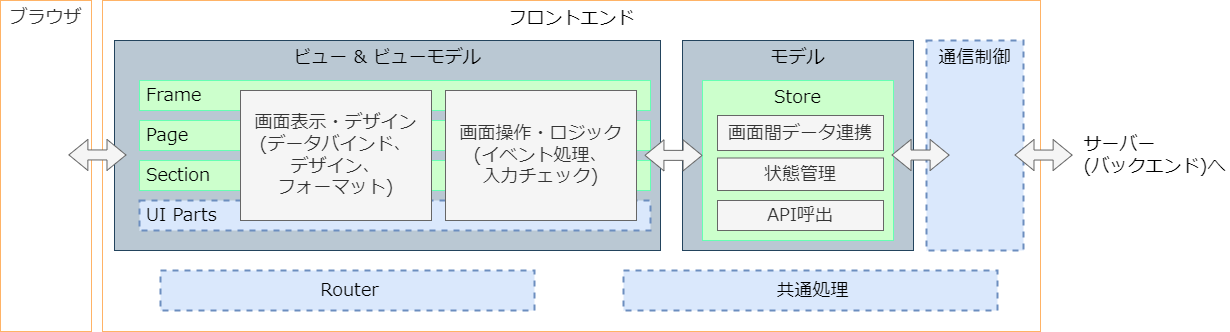
Before: documents/contents/images/app-architecture/client-side-rendering/frontend-architecture.png, a diagram exported from draw.io (AlesInfiny/maris). Source tidied: cells renumbered, new cells last; positions are measured from the earlier drawing's top-left corner, leaving out a move shared by most shapes.
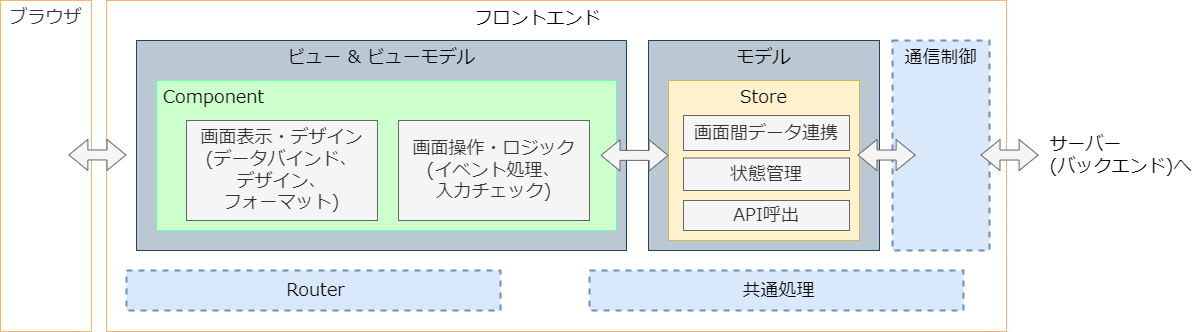
Later version of the same file.

Commit message:
MVVMのコンポーネント図とそれに伴う説明の修正

What changed in the source:
```diff
@@ -3,10 +3,10 @@
     <mxCell id="0" />
     <mxCell id="1" parent="0" />
     <mxCell id="2" style="rounded=0;whiteSpace=wrap;html=1;fontColor=#333333;fillColor=#FFFFFF;strokeColor=#FFB366;fontFamily=Noto Sans JP;fontSource=https%3A%2F%2Ffonts.googleapis.com%2Fcss%3Ffamily%3DNoto%2BSans%2BJP;" parent="1" vertex="1">
-      <mxGeometry x="102" width="938" height="331" as="geometry" />
+      <mxGeometry x="140" width="900" height="331" as="geometry" />
     </mxCell>
     <mxCell id="3" value="ビュー &amp;amp; ビューモデル" style="rounded=0;whiteSpace=wrap;html=1;verticalAlign=top;fillColor=#bac8d3;strokeColor=#23445d;fontColor=#000000;fontFamily=Noto Sans JP;fontSource=https%3A%2F%2Ffonts.googleapis.com%2Fcss%3Ffamily%3DNoto%2BSans%2BJP;fontSize=18;" parent="1" vertex="1">
-      <mxGeometry x="114" y="40" width="546" height="210" as="geometry" />
+      <mxGeometry x="170" y="40" width="490" height="210" as="geometry" />
     </mxCell>
     <mxCell id="4" value="モデル" style="rounded=0;whiteSpace=wrap;html=1;verticalAlign=top;fillColor=#bac8d3;strokeColor=#23445d;fontColor=#000000;fontFamily=Noto Sans JP;fontSource=https%3A%2F%2Ffonts.googleapis.com%2Fcss%3Ffamily%3DNoto%2BSans%2BJP;fontSize=18;" parent="1" vertex="1">
       <mxGeometry x="682" y="40" width="231" height="210" as="geometry" />
@@ -14,25 +14,16 @@
     <mxCell id="5" value="フロントエンド" style="text;html=1;strokeColor=none;fillColor=none;align=center;verticalAlign=middle;whiteSpace=wrap;rounded=0;fontFamily=Noto Sans JP;fontSource=https%3A%2F%2Ffonts.googleapis.com%2Fcss%3Ffamily%3DNoto%2BSans%2BJP;fontSize=18;" parent="1" vertex="1">
       <mxGeometry x="503.8" y="3" width="134.5" height="30" as="geometry" />
     </mxCell>
-    <mxCell id="6" value="Frame" style="rounded=0;whiteSpace=wrap;html=1;align=left;spacingLeft=5;fillColor=#CCFFCC;fontColor=#000000;strokeColor=#66FFB3;fontFamily=Noto Sans JP;fontSource=https%3A%2F%2Ffonts.googleapis.com%2Fcss%3Ffamily%3DNoto%2BSans%2BJP;fontSize=18;" parent="1" vertex="1">
-      <mxGeometry x="139" y="80" width="511" height="30" as="geometry" />
+    <mxCell id="6" value="Component" style="rounded=0;whiteSpace=wrap;html=1;align=left;spacingLeft=5;fillColor=#CCFFCC;fontColor=#000000;strokeColor=#66FFB3;fontFamily=Noto Sans JP;fontSource=https%3A%2F%2Ffonts.googleapis.com%2Fcss%3Ffamily%3DNoto%2BSans%2BJP;fontSize=18;verticalAlign=top;" parent="1" vertex="1">
+      <mxGeometry x="190" y="80" width="460" height="150" as="geometry" />
     </mxCell>
-    <mxCell id="7" value="Page" style="rounded=0;whiteSpace=wrap;html=1;align=left;spacingLeft=5;fillColor=#CCFFCC;fontColor=#000000;strokeColor=#66FFB3;fontFamily=Noto Sans JP;fontSource=https%3A%2F%2Ffonts.googleapis.com%2Fcss%3Ffamily%3DNoto%2BSans%2BJP;fontSize=18;" parent="1" vertex="1">
-      <mxGeometry x="139" y="120" width="511" height="30" as="geometry" />
-    </mxCell>
-    <mxCell id="8" value="&lt;span style=&quot;font-size: 18px&quot;&gt;Section&lt;/span&gt;" style="rounded=0;whiteSpace=wrap;html=1;align=left;spacingLeft=5;fillColor=#CCFFCC;fontColor=#000000;strokeColor=#66FFB3;fontFamily=Noto Sans JP;fontSource=https%3A%2F%2Ffonts.googleapis.com%2Fcss%3Ffamily%3DNoto%2BSans%2BJP;" parent="1" vertex="1">
-      <mxGeometry x="139" y="160" width="511" height="30" as="geometry" />
-    </mxCell>
-    <mxCell id="9" value="UI Parts" style="rounded=0;whiteSpace=wrap;html=1;align=left;spacingLeft=5;fillColor=#dae8fc;strokeColor=#6c8ebf;fontColor=#000000;dashed=1;strokeWidth=2;fontFamily=Noto Sans JP;fontSource=https%3A%2F%2Ffonts.googleapis.com%2Fcss%3Ffamily%3DNoto%2BSans%2BJP;fontSize=18;" parent="1" vertex="1">
-      <mxGeometry x="139" y="200" width="511" height="30" as="geometry" />
-    </mxCell>
     <mxCell id="10" value="画面表示・デザイン&lt;br style=&quot;font-size: 18px&quot;&gt;(データバインド、&lt;br style=&quot;font-size: 18px&quot;&gt;デザイン、&lt;br&gt;フォーマット)" style="rounded=0;whiteSpace=wrap;html=1;fontSize=18;fillColor=#f5f5f5;fontColor=#333333;strokeColor=#666666;fontFamily=Noto Sans JP;fontSource=https%3A%2F%2Ffonts.googleapis.com%2Fcss%3Ffamily%3DNoto%2BSans%2BJP;" parent="1" vertex="1">
-      <mxGeometry x="240" y="90" width="191" height="130" as="geometry" />
+      <mxGeometry x="220" y="120" width="191" height="100" as="geometry" />
     </mxCell>
-    <mxCell id="11" value="画面操作・ロジック&lt;br style=&quot;font-size: 18px&quot;&gt;(イベント処理、&lt;br style=&quot;font-size: 18px&quot;&gt;入力チェック)" style="rounded=0;whiteSpace=wrap;html=1;fontSize=18;fillColor=#f5f5f5;fontColor=#333333;strokeColor=#666666;fontFamily=Noto Sans JP;fontSource=https%3A%2F%2Ffonts.googleapis.com%2Fcss%3Ffamily%3DNoto%2BSans%2BJP;" parent="1" vertex="1">
-      <mxGeometry x="445" y="90" width="191" height="130" as="geometry" />
+    <mxCell id="11" value="画面操作・ロジック&lt;br style=&quot;font-size: 18px&quot;&gt;(イベント処理、&lt;br style=&quot;font-size: 18px&quot;&gt;入力チェック)" style="rounded=0;whiteSpace=wrap;html=1;fontSize=18;fillColor=#f5f5f5;fontColor=#333333;strokeColor=#666666;fontFamily=Noto Sans JP;fontSource=https%3A%2F%2Ffonts.googleapis.com%2Fcss%3Ffamily%3DNoto%2BSans%2BJP;verticalAlign=middle;" parent="1" vertex="1">
+      <mxGeometry x="432" y="120" width="191" height="100" as="geometry" />
     </mxCell>
-    <mxCell id="12" value="Store" style="rounded=0;whiteSpace=wrap;html=1;fontSize=18;verticalAlign=top;fillColor=#CCFFCC;strokeColor=#66FFB3;gradientColor=none;fontColor=#000000;fontFamily=Noto Sans JP;fontSource=https%3A%2F%2Ffonts.googleapis.com%2Fcss%3Ffamily%3DNoto%2BSans%2BJP;" parent="1" vertex="1">
+    <mxCell id="12" value="Store" style="rounded=0;whiteSpace=wrap;html=1;fontSize=18;verticalAlign=top;fillColor=#fff2cc;strokeColor=#d6b656;fontFamily=Noto Sans JP;fontSource=https%3A%2F%2Ffonts.googleapis.com%2Fcss%3Ffamily%3DNoto%2BSans%2BJP;" parent="1" vertex="1">
       <mxGeometry x="702" y="80" width="191" height="160" as="geometry" />
     </mxCell>
     <mxCell id="13" value="画面間データ連携" style="rounded=0;whiteSpace=wrap;html=1;fontSize=18;fillColor=#f5f5f5;strokeColor=#666666;fontColor=#333333;fontFamily=Noto Sans JP;fontSource=https%3A%2F%2Ffonts.googleapis.com%2Fcss%3Ffamily%3DNoto%2BSans%2BJP;" parent="1" vertex="1">
@@ -49,7 +40,7 @@
     </mxCell>
     <mxCell id="17" style="shape=flexArrow;endArrow=classic;startArrow=classic;html=1;fontSize=18;fillColor=#f5f5f5;strokeColor=#666666;fontFamily=Noto Sans JP;fontSource=https%3A%2F%2Ffonts.googleapis.com%2Fcss%3Ffamily%3DNoto%2BSans%2BJP;" parent="1" edge="1">
       <mxGeometry relative="1" as="geometry">
-        <mxPoint x="643.9" y="154.8" as="sourcePoint" />
+        <mxPoint x="634" y="154.8" as="sourcePoint" />
         <mxPoint x="702.1" y="154.9" as="targetPoint" />
       </mxGeometry>
     </mxCell>
@@ -72,12 +63,12 @@
       <mxGeometry x="623" y="270" width="374" height="40" as="geometry" />
     </mxCell>
     <mxCell id="22" value="ブラウザ" style="rounded=0;whiteSpace=wrap;html=1;fontColor=#333333;fillColor=#FFFFFF;strokeColor=#FFB366;verticalAlign=top;fontFamily=Noto Sans JP;fontSource=https%3A%2F%2Ffonts.googleapis.com%2Fcss%3Ffamily%3DNoto%2BSans%2BJP;fontSize=18;" parent="1" vertex="1">
-      <mxGeometry width="91" height="331" as="geometry" />
+      <mxGeometry x="34" width="91" height="331" as="geometry" />
     </mxCell>
     <mxCell id="23" style="shape=flexArrow;endArrow=classic;startArrow=classic;html=1;fontSize=12;fillColor=#f5f5f5;strokeColor=#666666;fontFamily=Noto Sans JP;fontSource=https%3A%2F%2Ffonts.googleapis.com%2Fcss%3Ffamily%3DNoto%2BSans%2BJP;" parent="1" edge="1">
       <mxGeometry relative="1" as="geometry">
-        <mxPoint x="67.9" y="154.4" as="sourcePoint" />
-        <mxPoint x="126" y="154.5" as="targetPoint" />
+        <mxPoint x="101.9" y="154.4" as="sourcePoint" />
+        <mxPoint x="160" y="154.5" as="targetPoint" />
       </mxGeometry>
     </mxCell>
     <mxCell id="24" value="&lt;div style=&quot;text-align: left; font-size: 18px;&quot;&gt;&lt;span style=&quot;font-size: 18px;&quot;&gt;サーバー&lt;/span&gt;&lt;/div&gt;&lt;div style=&quot;text-align: left; font-size: 18px;&quot;&gt;&lt;span style=&quot;font-size: 18px;&quot;&gt;(バックエンド)へ&lt;/span&gt;&lt;/div&gt;" style="text;html=1;strokeColor=none;fillColor=none;align=center;verticalAlign=middle;whiteSpace=wrap;rounded=0;fontFamily=Noto Sans JP;fontSource=https%3A%2F%2Ffonts.googleapis.com%2Fcss%3Ffamily%3DNoto%2BSans%2BJP;fontSize=18;" parent="1" vertex="1">
```
